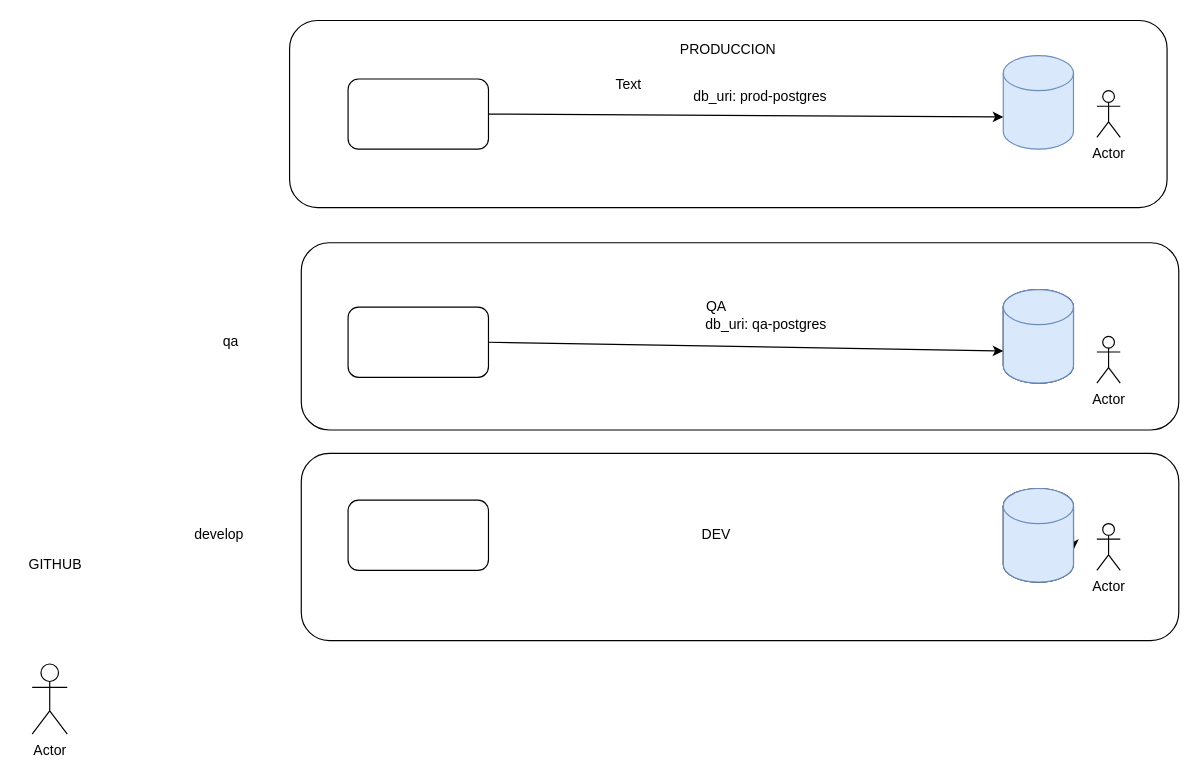
Before: diagram.drawio in OPFStudio/website, a draw.io diagram. Source tidied: cells renumbered, new cells numbered last; positions are measured from the earlier drawing's top-left corner, leaving out a move shared by most shapes. Both pictures are drawn from the tidied source at 117%, with x=0, y=0 at pixel (20, 20).
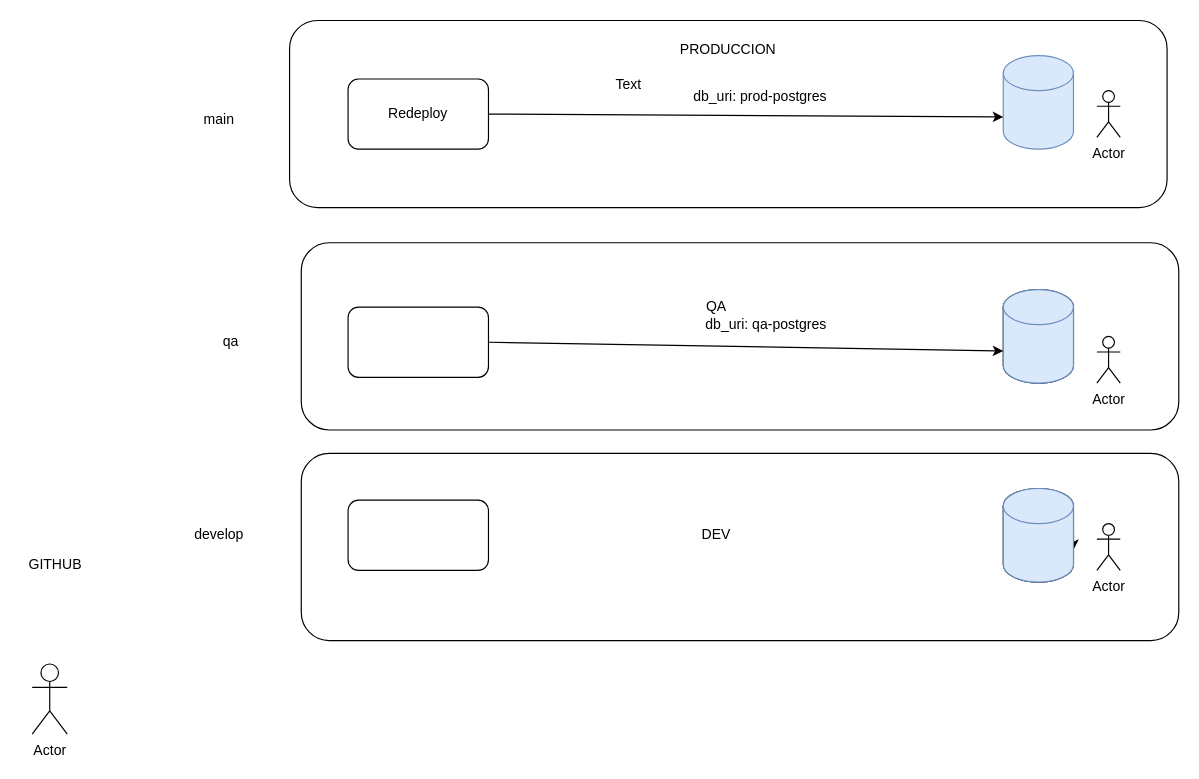
The same page after the edit.

Diff of the diagram source:
```diff
@@
-    <mxCell id="5" style="rounded=1;whiteSpace=wrap;html=1;" parent="1" vertex="1">
+    <mxCell id="5" value="Redeploy" style="rounded=1;whiteSpace=wrap;html=1;" parent="1" vertex="1">
       <mxGeometry x="280" y="50" width="120" height="60" as="geometry" />
     </mxCell>
@@
+    <mxCell id="29" value="main" style="text;html=1;align=center;verticalAlign=middle;whiteSpace=wrap;rounded=0;" parent="1" vertex="1">
+      <mxGeometry x="140" y="70" width="60" height="30" as="geometry" />
+    </mxCell>
```
